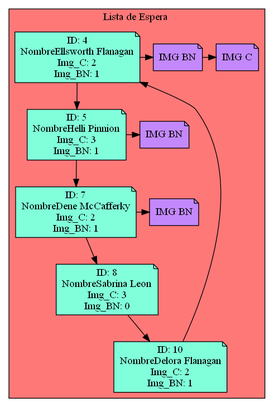
The Graphviz diagram Circular_Doble_espera.png in Serch-ING/EDD_UDRAWING_202000119, before a commit. Its source is kept beside it as Circular_Doble_espera.dot.
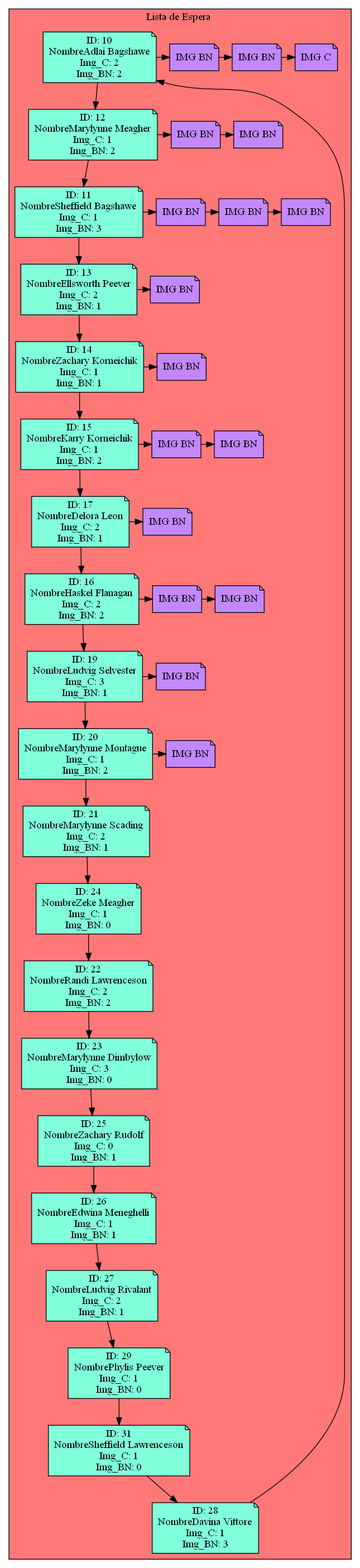
The same diagram one commit later.

The edit, as a diff of the source:
```diff
@@ -3,44 +3,162 @@
 subgraph cluster_p{
     label= "Lista de Espera "
     bgcolor = "#FF7878"
-Nodo1928931046[label="ID: 4
-NombreEllsworth Flanagan
+Nodo306115458[label="ID: 10
+NombreAdlai Bagshawe
+Img_C: 2
+Img_BN: 2",fillcolor="#81FFDA"]
+Nodo1390869998[label="ID: 12
+NombreMarylynne Meagher
+Img_C: 1
+Img_BN: 2",fillcolor="#81FFDA"]
+Nodo1820383114[label="ID: 11
+NombreSheffield Bagshawe
+Img_C: 1
+Img_BN: 3",fillcolor="#81FFDA"]
+Nodo1961173763[label="ID: 13
+NombreEllsworth Peever
 Img_C: 2
 Img_BN: 1",fillcolor="#81FFDA"]
-Nodo745962066[label="ID: 5
-NombreHelli Pinnion
+Nodo771775563[label="ID: 14
+NombreZachary Korneichik
+Img_C: 1
+Img_BN: 1",fillcolor="#81FFDA"]
+Nodo7967307[label="ID: 15
+NombreKarry Korneichik
+Img_C: 1
+Img_BN: 2",fillcolor="#81FFDA"]
+Nodo232307208[label="ID: 17
+NombreDelora Leon
+Img_C: 2
+Img_BN: 1",fillcolor="#81FFDA"]
+Nodo609962972[label="ID: 16
+NombreHaskel Flanagan
+Img_C: 2
+Img_BN: 2",fillcolor="#81FFDA"]
+Nodo489349054[label="ID: 19
+NombreLudvig Selvester
 Img_C: 3
 Img_BN: 1",fillcolor="#81FFDA"]
-Nodo514455215[label="ID: 7
-NombreDene McCafferky
+Nodo915416632[label="ID: 20
+NombreMarylynne Montague
+Img_C: 1
+Img_BN: 2",fillcolor="#81FFDA"]
+Nodo2131670196[label="ID: 21
+NombreMarylynne Scading
 Img_C: 2
 Img_BN: 1",fillcolor="#81FFDA"]
-Nodo116237769[label="ID: 8
-NombreSabrina Leon
+Nodo1536031937[label="ID: 24
+NombreZeke Meagher
+Img_C: 1
+Img_BN: 0",fillcolor="#81FFDA"]
+Nodo798981583[label="ID: 22
+NombreRandi Lawrenceson
+Img_C: 2
+Img_BN: 2",fillcolor="#81FFDA"]
+Nodo1793799654[label="ID: 23
+NombreMarylynne Dimbylow
 Img_C: 3
 Img_BN: 0",fillcolor="#81FFDA"]
-Nodo2036127838[label="ID: 10
-NombreDelora Flanagan
+Nodo310623126[label="ID: 25
+NombreZachary Rudolf
+Img_C: 0
+Img_BN: 1",fillcolor="#81FFDA"]
+Nodo341796579[label="ID: 26
+NombreEdwina Meneghelli
+Img_C: 1
+Img_BN: 1",fillcolor="#81FFDA"]
+Nodo1297978429[label="ID: 27
+NombreLudvig Rivalant
 Img_C: 2
 Img_BN: 1",fillcolor="#81FFDA"]
+Nodo915349526[label="ID: 29
+NombrePhylis Peever
+Img_C: 1
+Img_BN: 0",fillcolor="#81FFDA"]
+Nodo2005435445[label="ID: 31
+NombreSheffield Lawrenceson
+Img_C: 1
+Img_BN: 0",fillcolor="#81FFDA"]
+Nodo1939990953[label="ID: 28
+NombreDavina Vittore
+Img_C: 1
+Img_BN: 3",fillcolor="#81FFDA"]
 
-Nodo1928931046 -> Nodo745962066
-Nodo1928931046->Nodo192893104600001
-Nodo192893104600001[label="IMG BN",fillcolor="#C388FC"]
-Nodo192893104600001->Nodo192893104611111
-Nodo192893104611111[label="IMG C",fillcolor="#C388FC"]
-{rank=same;Nodo1928931046,Nodo192893104600001,Nodo192893104611111}
-Nodo745962066 -> Nodo514455215
-Nodo745962066->Nodo74596206600001
-Nodo74596206600001[label="IMG BN",fillcolor="#C388FC"]
-{rank=same;Nodo745962066,Nodo74596206600001}
-Nodo514455215 -> Nodo116237769
-Nodo514455215->Nodo51445521500001
-Nodo51445521500001[label="IMG BN",fillcolor="#C388FC"]
-{rank=same;Nodo514455215,Nodo51445521500001}
-Nodo116237769 -> Nodo2036127838
+Nodo306115458 -> Nodo1390869998
+Nodo306115458->Nodo30611545800001
+Nodo30611545800001[label="IMG BN",fillcolor="#C388FC"]Nodo30611545800001->Nodo30611545800002
+Nodo30611545800002[label="IMG BN",fillcolor="#C388FC"]
+Nodo30611545800002->Nodo30611545811111
+Nodo30611545811111[label="IMG C",fillcolor="#C388FC"]
+{rank=same;Nodo306115458,Nodo30611545800001,Nodo30611545800002,Nodo30611545811111}
+Nodo1390869998 -> Nodo1820383114
+Nodo1390869998->Nodo139086999800001
+Nodo139086999800001[label="IMG BN",fillcolor="#C388FC"]Nodo139086999800001->Nodo139086999800002
+Nodo139086999800002[label="IMG BN",fillcolor="#C388FC"]
+{rank=same;Nodo1390869998,Nodo139086999800001,Nodo139086999800002}
+Nodo1820383114 -> Nodo1961173763
+Nodo1820383114->Nodo182038311400001
+Nodo182038311400001[label="IMG BN",fillcolor="#C388FC"]Nodo182038311400001->Nodo182038311400002
+Nodo182038311400002[label="IMG BN",fillcolor="#C388FC"]Nodo182038311400002->Nodo182038311400003
+Nodo182038311400003[label="IMG BN",fillcolor="#C388FC"]
+{rank=same;Nodo1820383114,Nodo182038311400001,Nodo182038311400002,Nodo182038311400003}
+Nodo1961173763 -> Nodo771775563
+Nodo1961173763->Nodo196117376300001
+Nodo196117376300001[label="IMG BN",fillcolor="#C388FC"]
+{rank=same;Nodo1961173763,Nodo196117376300001}
+Nodo771775563 -> Nodo7967307
+Nodo771775563->Nodo77177556300001
+Nodo77177556300001[label="IMG BN",fillcolor="#C388FC"]
+{rank=same;Nodo771775563,Nodo77177556300001}
+Nodo7967307 -> Nodo232307208
+Nodo7967307->Nodo796730700001
+Nodo796730700001[label="IMG BN",fillcolor="#C388FC"]Nodo796730700001->Nodo796730700002
+Nodo796730700002[label="IMG BN",fillcolor="#C388FC"]
+{rank=same;Nodo7967307,Nodo796730700001,Nodo796730700002}
+Nodo232307208 -> Nodo609962972
+Nodo232307208->Nodo23230720800001
+Nodo23230720800001[label="IMG BN",fillcolor="#C388FC"]
+{rank=same;Nodo232307208,Nodo23230720800001}
+Nodo609962972 -> Nodo489349054
+Nodo609962972->Nodo60996297200001
+Nodo60996297200001[label="IMG BN",fillcolor="#C388FC"]Nodo60996297200001->Nodo60996297200002
+Nodo60996297200002[label="IMG BN",fillcolor="#C388FC"]
+{rank=same;Nodo609962972,Nodo60996297200001,Nodo60996297200002}
+Nodo489349054 -> Nodo915416632
+Nodo489349054->Nodo48934905400001
+Nodo48934905400001[label="IMG BN",fillcolor="#C388FC"]
+{rank=same;Nodo489349054,Nodo48934905400001}
+Nodo915416632 -> Nodo2131670196
+Nodo915416632->Nodo91541663200001
+Nodo91541663200001[label="IMG BN",fillcolor="#C388FC"]
+{rank=same;Nodo915416632,Nodo91541663200001}
+Nodo2131670196 -> Nodo1536031937
 
-{rank=same;Nodo116237769}
-Nodo2036127838 -> Nodo1928931046
+{rank=same;Nodo2131670196}
+Nodo1536031937 -> Nodo798981583
 
-{rank=same;Nodo2036127838}}}
+{rank=same;Nodo1536031937}
+Nodo798981583 -> Nodo1793799654
+
+{rank=same;Nodo798981583}
+Nodo1793799654 -> Nodo310623126
+
+{rank=same;Nodo1793799654}
+Nodo310623126 -> Nodo341796579
+
+{rank=same;Nodo310623126}
+Nodo341796579 -> Nodo1297978429
+
+{rank=same;Nodo341796579}
+Nodo1297978429 -> Nodo915349526
+
+{rank=same;Nodo1297978429}
+Nodo915349526 -> Nodo2005435445
+
+{rank=same;Nodo915349526}
+Nodo2005435445 -> Nodo1939990953
+
+{rank=same;Nodo2005435445}
+Nodo1939990953 -> Nodo306115458
+
+{rank=same;Nodo1939990953}}}
```
